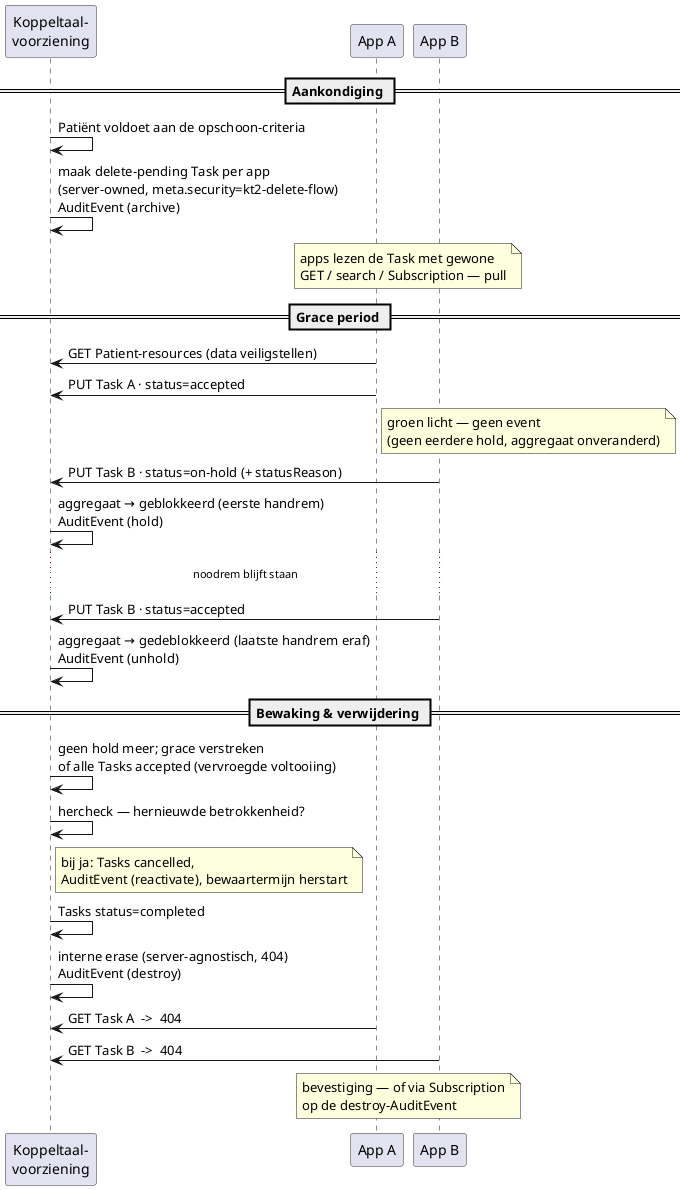
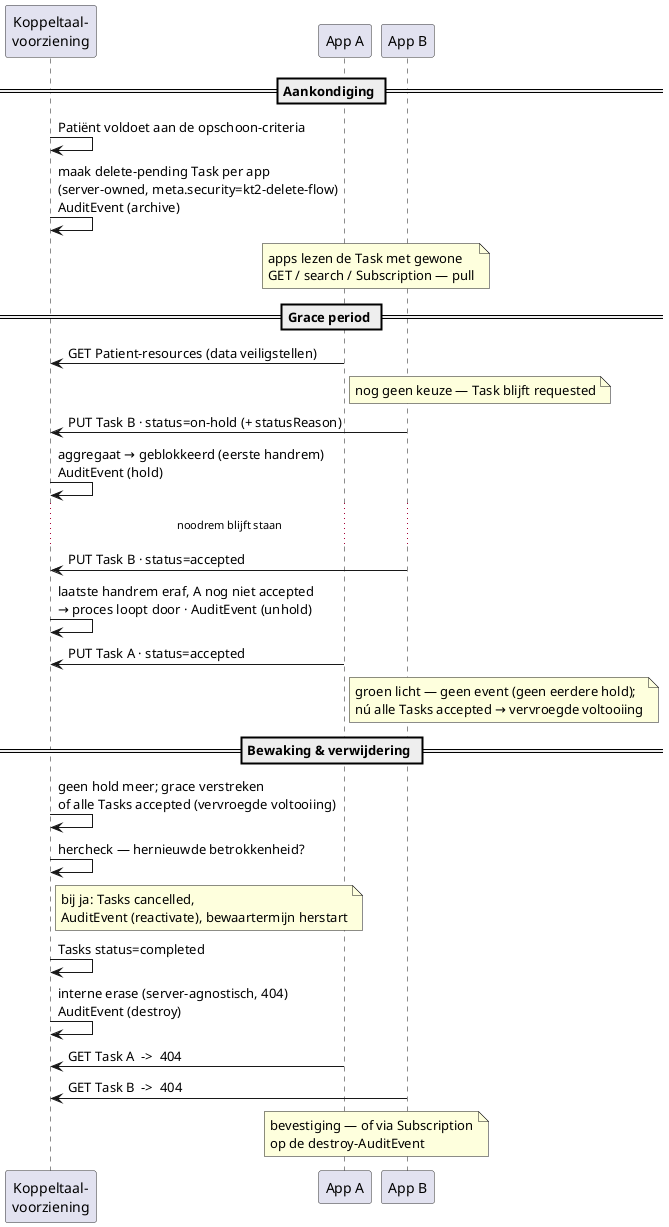
@startuml opschoning-patient-data-interactie

skinparam sequence {
  LifeLineBackgroundColor #f5f5f5
  ParticipantBorderColor #333333
}

participant "Koppeltaal-\nvoorziening" as KT
participant "App A" as A
participant "App B" as B

== Aankondiging ==
KT -> KT : Patiënt voldoet aan de opschoon-criteria
KT -> KT : maak delete-pending Task per app\n(server-owned, meta.security=kt2-delete-flow)\nAuditEvent (archive)
note over A, B : apps lezen de Task met gewone\nGET / search / Subscription — pull

== Grace period ==
A -> KT : GET Patient-resources (data veiligstellen)
- A -> KT : PUT Task A · status=accepted
- note right of A : groen licht — geen event\n(geen eerdere hold, aggregaat onveranderd)
+ note right of A : nog geen keuze — Task blijft requested
B -> KT : PUT Task B · status=on-hold (+ statusReason)
KT -> KT : aggregaat → geblokkeerd (eerste handrem)\nAuditEvent (hold)
...noodrem blijft staan...
B -> KT : PUT Task B · status=accepted
- KT -> KT : aggregaat → gedeblokkeerd (laatste handrem eraf)\nAuditEvent (unhold)
+ KT -> KT : laatste handrem eraf, A nog niet accepted\n→ proces loopt door · AuditEvent (unhold)
+ A -> KT : PUT Task A · status=accepted
+ note right of A : groen licht — geen event (geen eerdere hold);\nnú alle Tasks accepted → vervroegde voltooiing

== Bewaking & verwijdering ==
KT -> KT : geen hold meer; grace verstreken\nof alle Tasks accepted (vervroegde voltooiing)
KT -> KT : hercheck — hernieuwde betrokkenheid?
note right of KT : bij ja: Tasks cancelled,\nAuditEvent (reactivate), bewaartermijn herstart
KT -> KT : Tasks status=completed
KT -> KT : interne erase (server-agnostisch, 404)\nAuditEvent (destroy)
A -> KT : GET Task A  ->  404
B -> KT : GET Task B  ->  404
note over A, B : bevestiging — of via Subscription\nop de destroy-AuditEvent
@enduml
